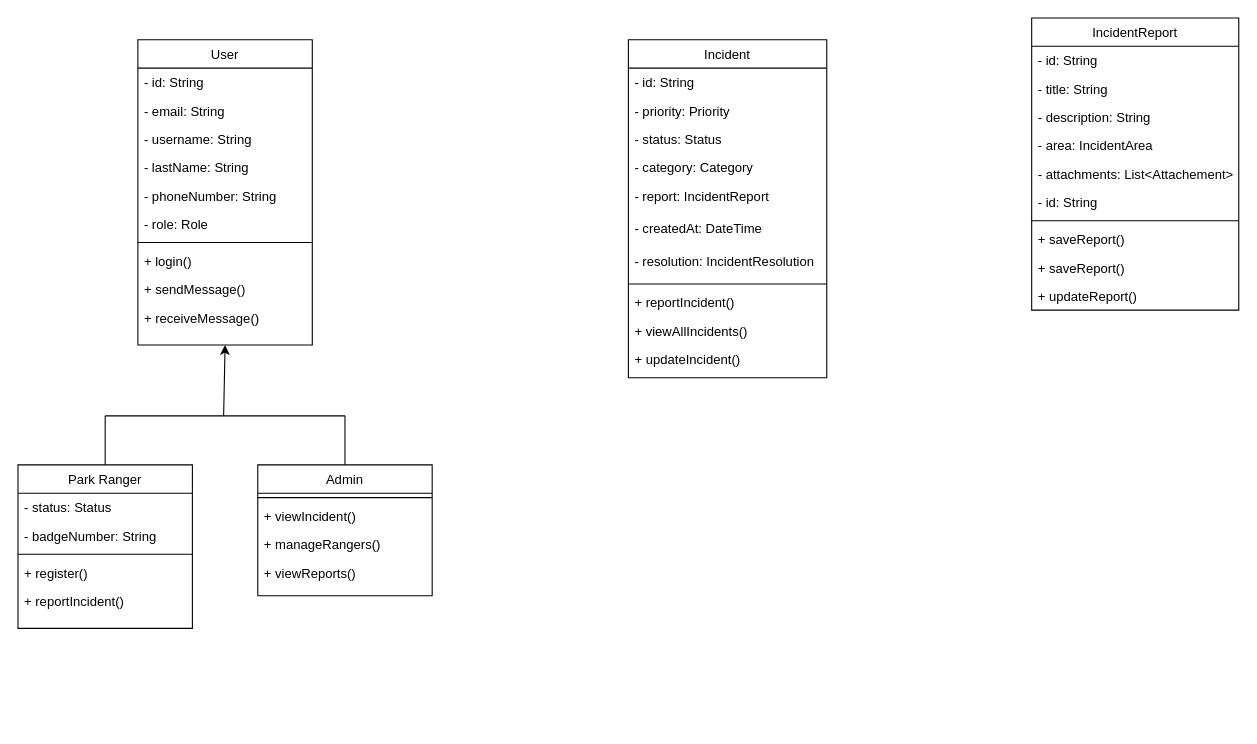
Earlier version of the draw.io diagram KBNP class-diagram.drawio (cedricbahirwe/symbols). Source tidied: cells renumbered, new cells numbered last; positions are measured from the earlier drawing's top-left corner, leaving out a move shared by most shapes. Both pictures are drawn from the tidied source at 109%, with x=0, y=0 at pixel (17, 17).
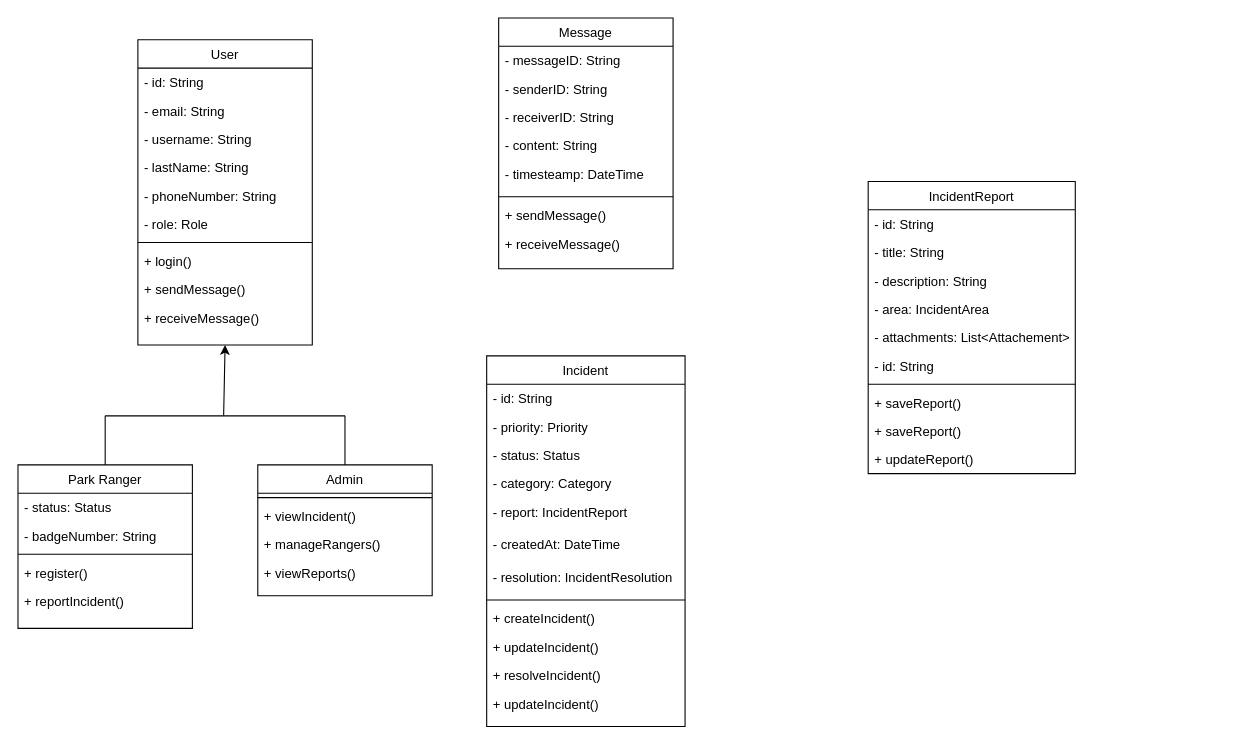
Above is the later version.

The edit, as a diff of the source:
```diff
@@
     <mxCell id="13" value="Incident" style="swimlane;fontStyle=0;align=center;verticalAlign=top;horizontal=1;startSize=26;rounded=0;shadow=0;strokeWidth=1;" parent="1" vertex="1">
-      <mxGeometry x="560" y="20" width="182" height="310" as="geometry" />
+      <mxGeometry x="430" y="310" width="182" height="340" as="geometry" />
     </mxCell>
@@
-    <mxCell id="22" value="+ reportIncident()" style="text;align=left;verticalAlign=top;spacingLeft=4;spacingRight=4;overflow=hidden;" parent="13" vertex="1">
+    <mxCell id="22" value="+ createIncident()" style="text;align=left;verticalAlign=top;spacingLeft=4;spacingRight=4;overflow=hidden;" parent="13" vertex="1">
       <mxGeometry y="228" width="182" height="26" as="geometry" />
     </mxCell>
+    <mxCell id="52" value="+ updateIncident()" style="text;align=left;verticalAlign=top;spacingLeft=4;spacingRight=4;overflow=hidden;" parent="13" vertex="1">
+      <mxGeometry y="254" width="182" height="26" as="geometry" />
+    </mxCell>
-    <mxCell id="23" value="+ viewAllIncidents()" style="text;align=left;verticalAlign=top;spacingLeft=4;spacingRight=4;overflow=hidden;" parent="13" vertex="1">
-      <mxGeometry y="254" width="182" height="26" as="geometry" />
+    <mxCell id="23" value="+ resolveIncident()" style="text;align=left;verticalAlign=top;spacingLeft=4;spacingRight=4;overflow=hidden;" parent="13" vertex="1">
+      <mxGeometry y="280" width="182" height="26" as="geometry" />
     </mxCell>
     <mxCell id="24" value="+ updateIncident()" style="text;align=left;verticalAlign=top;spacingLeft=4;spacingRight=4;overflow=hidden;" parent="13" vertex="1">
-      <mxGeometry y="280" width="182" height="30" as="geometry" />
+      <mxGeometry y="306" width="182" height="30" as="geometry" />
     </mxCell>
     <mxCell id="25" value="IncidentReport&#10;" style="swimlane;fontStyle=0;align=center;verticalAlign=top;horizontal=1;startSize=26;rounded=0;shadow=0;strokeWidth=1;" parent="1" vertex="1">
-      <mxGeometry x="930" width="190" height="268" as="geometry" />
+      <mxGeometry x="780" y="150" width="190" height="268" as="geometry" />
     </mxCell>
@@
+    <mxCell id="53" value="Message" style="swimlane;fontStyle=0;align=center;verticalAlign=top;horizontal=1;startSize=26;rounded=0;shadow=0;strokeWidth=1;" parent="1" vertex="1">
+      <mxGeometry x="441" width="160" height="230" as="geometry" />
+    </mxCell>
+    <mxCell id="54" value="- messageID: String" style="text;align=left;verticalAlign=top;spacingLeft=4;spacingRight=4;overflow=hidden;" parent="53" vertex="1">
+      <mxGeometry y="26" width="160" height="26" as="geometry" />
+    </mxCell>
+    <mxCell id="55" value="- senderID: String" style="text;align=left;verticalAlign=top;spacingLeft=4;spacingRight=4;overflow=hidden;rounded=0;shadow=0;html=0;" parent="53" vertex="1">
+      <mxGeometry y="52" width="160" height="26" as="geometry" />
+    </mxCell>
+    <mxCell id="56" value="- receiverID: String" style="text;align=left;verticalAlign=top;spacingLeft=4;spacingRight=4;overflow=hidden;rounded=0;shadow=0;html=0;" parent="53" vertex="1">
+      <mxGeometry y="78" width="160" height="26" as="geometry" />
+    </mxCell>
+    <mxCell id="57" value="- content: String" style="text;align=left;verticalAlign=top;spacingLeft=4;spacingRight=4;overflow=hidden;rounded=0;shadow=0;html=0;" parent="53" vertex="1">
+      <mxGeometry y="104" width="160" height="26" as="geometry" />
+    </mxCell>
+    <mxCell id="58" value="- timesteamp: DateTime" style="text;align=left;verticalAlign=top;spacingLeft=4;spacingRight=4;overflow=hidden;rounded=0;shadow=0;html=0;" parent="53" vertex="1">
+      <mxGeometry y="130" width="160" height="30" as="geometry" />
+    </mxCell>
+    <mxCell id="59" style="line;html=1;strokeWidth=1;align=left;verticalAlign=middle;spacingTop=-1;spacingLeft=3;spacingRight=3;labelPosition=right;" parent="53" vertex="1">
+      <mxGeometry y="160" width="160" height="8" as="geometry" />
+    </mxCell>
+    <mxCell id="60" value="+ sendMessage()" style="text;align=left;verticalAlign=top;spacingLeft=4;spacingRight=4;overflow=hidden;" parent="53" vertex="1">
+      <mxGeometry y="168" width="160" height="26" as="geometry" />
+    </mxCell>
+    <mxCell id="61" value="+ receiveMessage()" style="text;align=left;verticalAlign=top;spacingLeft=4;spacingRight=4;overflow=hidden;" parent="53" vertex="1">
+      <mxGeometry y="194" width="160" height="26" as="geometry" />
+    </mxCell>
```
